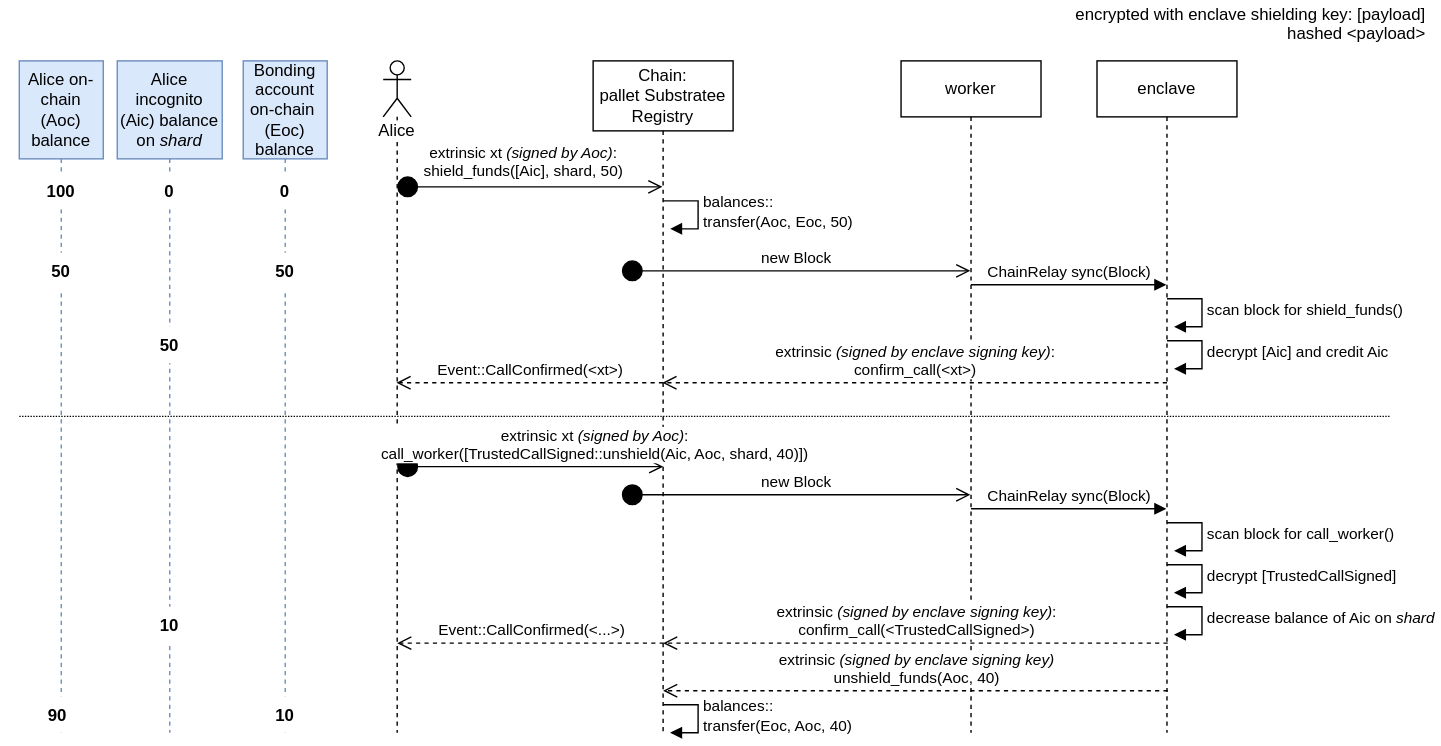
Above: src/fig/shielding-unshielding-sequence-diagram.svg in integritee-network/book (draw.io), before the change. Source tidied: cells renumbered, new cells last; positions are measured from the earlier drawing's top-left corner, leaving out a move shared by most shapes. Source of this version:
```xml
<mxGraphModel>
  <root>
    <mxCell id="0" />
    <mxCell id="1" parent="0" />
    <mxCell id="2" value="Alice on-chain (Aoc) balance" style="shape=umlLifeline;perimeter=lifelinePerimeter;whiteSpace=wrap;html=1;fillColor=#dae8fc;strokeColor=#6c8ebf;size=70;" parent="1" vertex="1">
      <mxGeometry x="12" y="40" width="60" height="480" as="geometry" />
    </mxCell>
    <mxCell id="3" value="100" style="text;align=center;fontStyle=1;verticalAlign=middle;spacingLeft=3;spacingRight=3;strokeColor=none;fillColor=#ffffff;" parent="2" vertex="1">
      <mxGeometry x="-10" y="80" width="80" height="26" as="geometry" />
    </mxCell>
    <mxCell id="4" value="Alice incognito (Aic) balance on &lt;i&gt;shard&lt;/i&gt;" style="shape=umlLifeline;perimeter=lifelinePerimeter;whiteSpace=wrap;html=1;fillColor=#dae8fc;strokeColor=#6c8ebf;size=70;" parent="1" vertex="1">
      <mxGeometry x="82" y="40" width="75" height="480" as="geometry" />
    </mxCell>
    <mxCell id="5" value="0" style="text;align=center;fontStyle=1;verticalAlign=middle;spacingLeft=3;spacingRight=3;strokeColor=none;fillColor=#ffffff;" parent="4" vertex="1">
      <mxGeometry x="-2.5" y="80" width="80" height="26" as="geometry" />
    </mxCell>
    <mxCell id="6" value="50" style="text;align=center;fontStyle=1;verticalAlign=middle;spacingLeft=3;spacingRight=3;strokeColor=none;fillColor=#ffffff;" parent="4" vertex="1">
      <mxGeometry x="-2.5" y="190" width="80" height="26" as="geometry" />
    </mxCell>
    <mxCell id="7" value="Bonding account on-chain&amp;nbsp; (Eoc) balance" style="shape=umlLifeline;perimeter=lifelinePerimeter;whiteSpace=wrap;html=1;size=70;fillColor=#dae8fc;strokeColor=#6c8ebf;" parent="1" vertex="1">
      <mxGeometry x="172" y="40" width="60" height="480" as="geometry" />
    </mxCell>
    <mxCell id="8" value="0" style="text;align=center;fontStyle=1;verticalAlign=middle;spacingLeft=3;spacingRight=3;strokeColor=none;fillColor=#ffffff;" parent="7" vertex="1">
      <mxGeometry x="-10" y="80" width="80" height="26" as="geometry" />
    </mxCell>
    <mxCell id="9" value="Alice" style="shape=umlLifeline;participant=umlActor;perimeter=lifelinePerimeter;whiteSpace=wrap;html=1;verticalAlign=top;spacingTop=36;labelBackgroundColor=#ffffff;outlineConnect=0;fillColor=#ffffff;" parent="1" vertex="1">
      <mxGeometry x="272" y="40" width="20" height="480" as="geometry" />
    </mxCell>
    <mxCell id="10" value="Chain:&lt;br&gt;pallet Substratee Registry" style="shape=umlLifeline;perimeter=lifelinePerimeter;whiteSpace=wrap;html=1;outlineConnect=0;fillColor=#ffffff;size=50;" parent="1" vertex="1">
      <mxGeometry x="422" y="40" width="100" height="480" as="geometry" />
    </mxCell>
    <mxCell id="11" value="balances::&lt;br&gt;transfer(Aoc, Eoc, 50)" style="edgeStyle=orthogonalEdgeStyle;html=1;align=left;spacingLeft=2;endArrow=block;rounded=0;entryX=1;entryY=0;" parent="10" edge="1">
      <mxGeometry relative="1" as="geometry">
        <mxPoint x="50" y="100" as="sourcePoint" />
        <mxPoint x="55" y="120" as="targetPoint" />
        <Array as="points">
          <mxPoint x="75" y="100" />
        </Array>
      </mxGeometry>
    </mxCell>
    <mxCell id="12" value="new Block" style="html=1;verticalAlign=bottom;startArrow=circle;startFill=1;endArrow=open;startSize=6;endSize=8;" parent="10" edge="1" target="13">
      <mxGeometry relative="1" as="geometry">
        <mxPoint x="20" y="150" as="sourcePoint" />
      </mxGeometry>
    </mxCell>
    <mxCell id="13" value="worker" style="shape=umlLifeline;perimeter=lifelinePerimeter;whiteSpace=wrap;html=1;outlineConnect=0;fillColor=#ffffff;" parent="1" vertex="1">
      <mxGeometry x="642" y="40" width="100" height="480" as="geometry" />
    </mxCell>
    <mxCell id="14" value="ChainRelay sync(Block)" style="html=1;verticalAlign=bottom;endArrow=block;" parent="13" edge="1" target="15">
      <mxGeometry relative="1" as="geometry">
        <mxPoint x="50" y="160" as="sourcePoint" />
      </mxGeometry>
    </mxCell>
    <mxCell id="15" value="enclave" style="shape=umlLifeline;perimeter=lifelinePerimeter;whiteSpace=wrap;html=1;outlineConnect=0;fillColor=#ffffff;" parent="1" vertex="1">
      <mxGeometry x="782" y="40" width="100" height="480" as="geometry" />
    </mxCell>
    <mxCell id="16" value="scan block for shield_funds()" style="edgeStyle=orthogonalEdgeStyle;html=1;align=left;spacingLeft=2;endArrow=block;rounded=0;entryX=1;entryY=0;" parent="15" edge="1">
      <mxGeometry relative="1" as="geometry">
        <mxPoint x="50" y="170" as="sourcePoint" />
        <mxPoint x="55" y="190" as="targetPoint" />
        <Array as="points">
          <mxPoint x="75" y="170" />
        </Array>
      </mxGeometry>
    </mxCell>
    <mxCell id="17" value="extrinsic xt &lt;i&gt;(signed by Aoc)&lt;/i&gt;:&lt;br&gt;shield_funds([Aic], shard, 50)" style="html=1;verticalAlign=bottom;startArrow=circle;startFill=1;endArrow=open;startSize=6;endSize=8;" parent="1" edge="1" source="9" target="10">
      <mxGeometry x="-0.05" y="2" relative="1" as="geometry">
        <Array as="points">
          <mxPoint x="292" y="130" />
          <mxPoint x="442" y="130" />
        </Array>
      </mxGeometry>
    </mxCell>
    <mxCell id="18" value="50" style="text;align=center;fontStyle=1;verticalAlign=middle;spacingLeft=3;spacingRight=3;strokeColor=none;fillColor=#ffffff;" parent="1" vertex="1">
      <mxGeometry x="2" y="177" width="80" height="26" as="geometry" />
    </mxCell>
    <mxCell id="19" value="50" style="text;align=center;fontStyle=1;verticalAlign=middle;spacingLeft=3;spacingRight=3;strokeColor=none;fillColor=#ffffff;" parent="1" vertex="1">
      <mxGeometry x="162" y="177" width="80" height="26" as="geometry" />
    </mxCell>
    <mxCell id="20" value="decrypt [Aic] and credit Aic" style="edgeStyle=orthogonalEdgeStyle;html=1;align=left;spacingLeft=2;endArrow=block;rounded=0;entryX=1;entryY=0;" parent="1" edge="1">
      <mxGeometry relative="1" as="geometry">
        <mxPoint x="832" y="240" as="sourcePoint" />
        <mxPoint x="837" y="260" as="targetPoint" />
        <Array as="points">
          <mxPoint x="857" y="240" />
        </Array>
      </mxGeometry>
    </mxCell>
    <mxCell id="21" value="extrinsic &lt;i&gt;(signed by enclave signing key)&lt;/i&gt;:&lt;br&gt;confirm_call(&amp;lt;xt&amp;gt;)" style="html=1;verticalAlign=bottom;endArrow=open;dashed=1;endSize=8;" parent="1" edge="1" target="10">
      <mxGeometry relative="1" as="geometry">
        <mxPoint x="832" y="270" as="sourcePoint" />
      </mxGeometry>
    </mxCell>
    <mxCell id="22" value="encrypted with enclave shielding key: [payload]&#10;hashed &lt;payload&gt;" style="text;align=right;fontStyle=0;verticalAlign=middle;spacingLeft=3;spacingRight=3;strokeColor=none;" parent="1" vertex="1">
      <mxGeometry x="942" width="80" height="26" as="geometry" />
    </mxCell>
    <mxCell id="23" value="Event::CallConfirmed(&amp;lt;xt&amp;gt;)" style="html=1;verticalAlign=bottom;endArrow=open;dashed=1;endSize=8;" parent="1" edge="1" target="9">
      <mxGeometry relative="1" as="geometry">
        <mxPoint x="472" y="270" as="sourcePoint" />
      </mxGeometry>
    </mxCell>
    <mxCell id="24" style="line;strokeWidth=1;fillColor=none;align=left;verticalAlign=middle;spacingTop=-1;spacingLeft=3;spacingRight=3;labelPosition=right;dashed=1;dashPattern=1 1;" parent="1" vertex="1">
      <mxGeometry x="12" y="290" width="980" height="8" as="geometry" />
    </mxCell>
    <mxCell id="25" value="extrinsic xt &lt;i&gt;(signed by Aoc)&lt;/i&gt;:&lt;br&gt;call_worker([TrustedCallSigned::unshield(Aic, Aoc, shard, 40)])" style="html=1;verticalAlign=bottom;startArrow=circle;startFill=1;endArrow=open;startSize=6;endSize=8;entryX=0.501;entryY=0.604;entryDx=0;entryDy=0;entryPerimeter=0;" parent="1" edge="1" source="9" target="10">
      <mxGeometry x="0.47" relative="1" as="geometry" />
    </mxCell>
    <mxCell id="26" value="new Block" style="html=1;verticalAlign=bottom;startArrow=circle;startFill=1;endArrow=open;startSize=6;endSize=8;" parent="1" edge="1">
      <mxGeometry relative="1" as="geometry">
        <mxPoint x="442" y="350" as="sourcePoint" />
        <mxPoint x="691.5" y="350" as="targetPoint" />
      </mxGeometry>
    </mxCell>
    <mxCell id="27" value="ChainRelay sync(Block)" style="html=1;verticalAlign=bottom;endArrow=block;" parent="1" edge="1">
      <mxGeometry relative="1" as="geometry">
        <mxPoint x="692" y="360" as="sourcePoint" />
        <mxPoint x="831.5" y="360" as="targetPoint" />
      </mxGeometry>
    </mxCell>
    <mxCell id="28" value="scan block for call_worker()" style="edgeStyle=orthogonalEdgeStyle;html=1;align=left;spacingLeft=2;endArrow=block;rounded=0;entryX=1;entryY=0;" parent="1" edge="1">
      <mxGeometry relative="1" as="geometry">
        <mxPoint x="832" y="370" as="sourcePoint" />
        <mxPoint x="837" y="390" as="targetPoint" />
        <Array as="points">
          <mxPoint x="857" y="370" />
        </Array>
      </mxGeometry>
    </mxCell>
    <mxCell id="29" value="decrypt [TrustedCallSigned]&amp;nbsp;" style="edgeStyle=orthogonalEdgeStyle;html=1;align=left;spacingLeft=2;endArrow=block;rounded=0;entryX=1;entryY=0;" parent="1" edge="1">
      <mxGeometry relative="1" as="geometry">
        <mxPoint x="832" y="400" as="sourcePoint" />
        <mxPoint x="837" y="420" as="targetPoint" />
        <Array as="points">
          <mxPoint x="857" y="400" />
        </Array>
      </mxGeometry>
    </mxCell>
    <mxCell id="30" value="decrease balance of Aic on &lt;i&gt;shard&lt;/i&gt;" style="edgeStyle=orthogonalEdgeStyle;html=1;align=left;spacingLeft=2;endArrow=block;rounded=0;entryX=1;entryY=0;" parent="1" edge="1">
      <mxGeometry relative="1" as="geometry">
        <mxPoint x="832" y="430" as="sourcePoint" />
        <mxPoint x="837" y="450" as="targetPoint" />
        <Array as="points">
          <mxPoint x="857" y="430" />
        </Array>
      </mxGeometry>
    </mxCell>
    <mxCell id="31" value="10" style="text;align=center;fontStyle=1;verticalAlign=middle;spacingLeft=3;spacingRight=3;strokeColor=none;fillColor=#ffffff;" parent="1" vertex="1">
      <mxGeometry x="79.5" y="430" width="80" height="26" as="geometry" />
    </mxCell>
    <mxCell id="32" value="extrinsic&amp;nbsp;&lt;i&gt;(signed by enclave signing key)&lt;/i&gt;&lt;br&gt;unshield_funds(Aoc, 40)" style="html=1;verticalAlign=bottom;endArrow=open;dashed=1;endSize=8;" parent="1" edge="1">
      <mxGeometry relative="1" as="geometry">
        <mxPoint x="832.5" y="490" as="sourcePoint" />
        <mxPoint x="472" y="490" as="targetPoint" />
      </mxGeometry>
    </mxCell>
    <mxCell id="33" value="balances::&lt;br&gt;transfer(Eoc, Aoc, 40)" style="edgeStyle=orthogonalEdgeStyle;html=1;align=left;spacingLeft=2;endArrow=block;rounded=0;entryX=1;entryY=0;" parent="1" edge="1">
      <mxGeometry relative="1" as="geometry">
        <mxPoint x="472" y="500" as="sourcePoint" />
        <mxPoint x="477" y="520" as="targetPoint" />
        <Array as="points">
          <mxPoint x="497" y="500" />
        </Array>
      </mxGeometry>
    </mxCell>
    <mxCell id="34" value="10" style="text;align=center;fontStyle=1;verticalAlign=middle;spacingLeft=3;spacingRight=3;strokeColor=none;fillColor=#ffffff;" parent="1" vertex="1">
      <mxGeometry x="162" y="494" width="80" height="26" as="geometry" />
    </mxCell>
    <mxCell id="35" value="90" style="text;align=center;fontStyle=1;verticalAlign=middle;spacingLeft=3;spacingRight=3;strokeColor=none;fillColor=#ffffff;" parent="1" vertex="1">
      <mxGeometry x="-0.5" y="494" width="80" height="26" as="geometry" />
    </mxCell>
    <mxCell id="36" value="extrinsic &lt;i&gt;(signed by enclave signing key)&lt;/i&gt;:&lt;br&gt;confirm_call(&amp;lt;TrustedCallSigned&amp;gt;)" style="html=1;verticalAlign=bottom;endArrow=open;dashed=1;endSize=8;" parent="1" edge="1">
      <mxGeometry relative="1" as="geometry">
        <mxPoint x="832.5" y="456" as="sourcePoint" />
        <mxPoint x="472" y="456" as="targetPoint" />
      </mxGeometry>
    </mxCell>
    <mxCell id="37" value="Event::CallConfirmed(&amp;lt;...&amp;gt;)" style="html=1;verticalAlign=bottom;endArrow=open;dashed=1;endSize=8;" parent="1" edge="1">
      <mxGeometry relative="1" as="geometry">
        <mxPoint x="472.5" y="456" as="sourcePoint" />
        <mxPoint x="282" y="456" as="targetPoint" />
      </mxGeometry>
    </mxCell>
  </root>
</mxGraphModel>
```
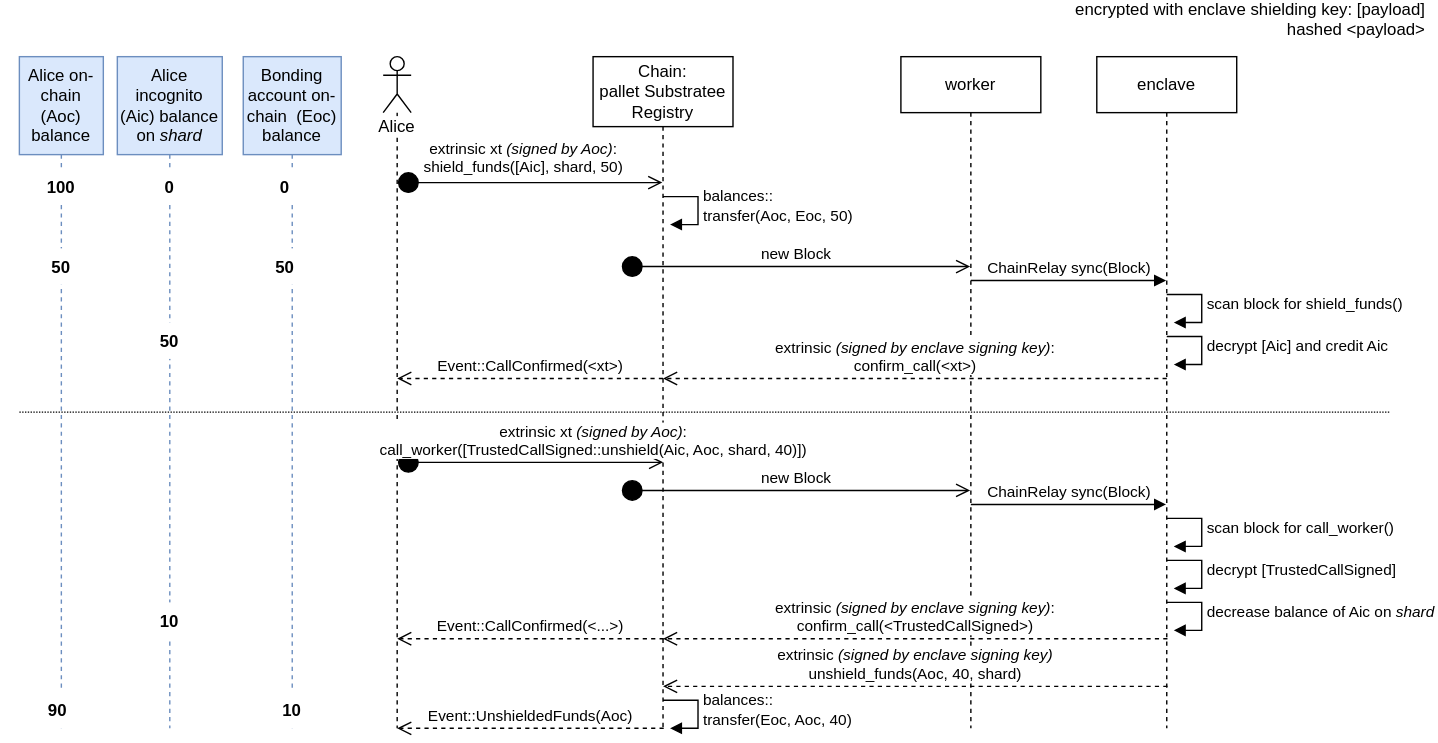
Later version of the same file.

Commit message:
more on sharding and shielding

What changed in the source:
```diff
@@ -18,11 +18,14 @@
       <mxGeometry x="-2.5" y="190" width="80" height="26" as="geometry" />
     </mxCell>
     <mxCell id="7" value="Bonding account on-chain&amp;nbsp; (Eoc) balance" style="shape=umlLifeline;perimeter=lifelinePerimeter;whiteSpace=wrap;html=1;size=70;fillColor=#dae8fc;strokeColor=#6c8ebf;" parent="1" vertex="1">
-      <mxGeometry x="172" y="40" width="60" height="480" as="geometry" />
+      <mxGeometry x="172" y="40" width="70" height="480" as="geometry" />
     </mxCell>
     <mxCell id="8" value="0" style="text;align=center;fontStyle=1;verticalAlign=middle;spacingLeft=3;spacingRight=3;strokeColor=none;fillColor=#ffffff;" parent="7" vertex="1">
       <mxGeometry x="-10" y="80" width="80" height="26" as="geometry" />
     </mxCell>
+    <mxCell id="34" value="10" style="text;align=center;fontStyle=1;verticalAlign=middle;spacingLeft=3;spacingRight=3;strokeColor=none;fillColor=#ffffff;" parent="7" vertex="1">
+      <mxGeometry x="-5" y="454" width="80" height="26" as="geometry" />
+    </mxCell>
     <mxCell id="9" value="Alice" style="shape=umlLifeline;participant=umlActor;perimeter=lifelinePerimeter;whiteSpace=wrap;html=1;verticalAlign=top;spacingTop=36;labelBackgroundColor=#ffffff;outlineConnect=0;fillColor=#ffffff;" parent="1" vertex="1">
       <mxGeometry x="272" y="40" width="20" height="480" as="geometry" />
     </mxCell>
@@ -147,7 +150,7 @@
     <mxCell id="31" value="10" style="text;align=center;fontStyle=1;verticalAlign=middle;spacingLeft=3;spacingRight=3;strokeColor=none;fillColor=#ffffff;" parent="1" vertex="1">
       <mxGeometry x="79.5" y="430" width="80" height="26" as="geometry" />
     </mxCell>
-    <mxCell id="32" value="extrinsic&amp;nbsp;&lt;i&gt;(signed by enclave signing key)&lt;/i&gt;&lt;br&gt;unshield_funds(Aoc, 40)" style="html=1;verticalAlign=bottom;endArrow=open;dashed=1;endSize=8;" parent="1" edge="1">
+    <mxCell id="32" value="extrinsic&amp;nbsp;&lt;i&gt;(signed by enclave signing key)&lt;/i&gt;&lt;br&gt;unshield_funds(Aoc, 40, shard)" style="html=1;verticalAlign=bottom;endArrow=open;dashed=1;endSize=8;" parent="1" edge="1">
       <mxGeometry relative="1" as="geometry">
         <mxPoint x="832.5" y="490" as="sourcePoint" />
         <mxPoint x="472" y="490" as="targetPoint" />
@@ -162,9 +165,6 @@
         </Array>
       </mxGeometry>
     </mxCell>
-    <mxCell id="34" value="10" style="text;align=center;fontStyle=1;verticalAlign=middle;spacingLeft=3;spacingRight=3;strokeColor=none;fillColor=#ffffff;" parent="1" vertex="1">
-      <mxGeometry x="162" y="494" width="80" height="26" as="geometry" />
-    </mxCell>
     <mxCell id="35" value="90" style="text;align=center;fontStyle=1;verticalAlign=middle;spacingLeft=3;spacingRight=3;strokeColor=none;fillColor=#ffffff;" parent="1" vertex="1">
       <mxGeometry x="-0.5" y="494" width="80" height="26" as="geometry" />
     </mxCell>
@@ -180,5 +180,11 @@
         <mxPoint x="282" y="456" as="targetPoint" />
       </mxGeometry>
     </mxCell>
+    <mxCell id="38" value="Event::UnshieldedFunds(Aoc)" style="html=1;verticalAlign=bottom;endArrow=open;dashed=1;endSize=8;" parent="1" edge="1">
+      <mxGeometry relative="1" as="geometry">
+        <mxPoint x="472.5" y="520" as="sourcePoint" />
+        <mxPoint x="282" y="520" as="targetPoint" />
+      </mxGeometry>
+    </mxCell>
   </root>
 </mxGraphModel>
```
